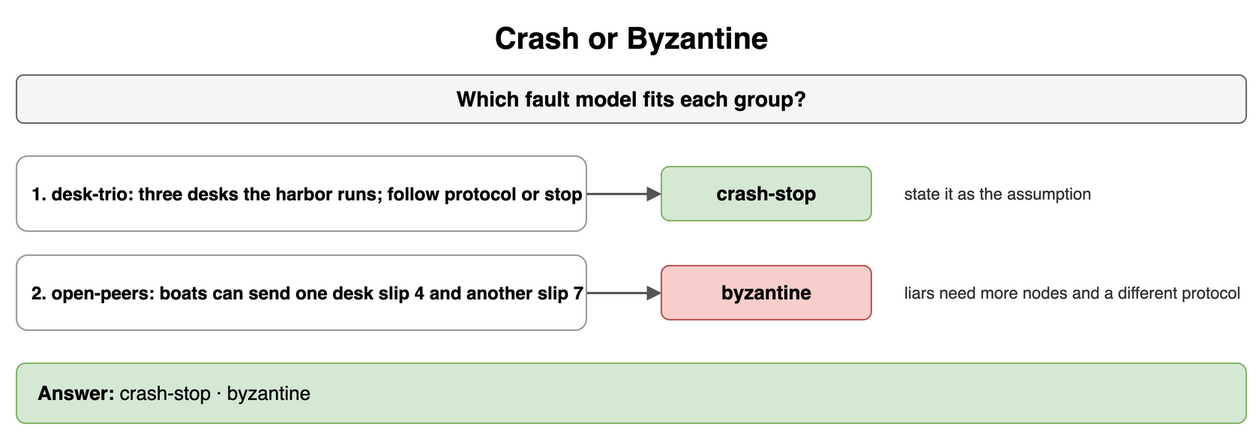
Above: content/09_System_Design_Interview/15_Distributed_System_Failure_Modes/diagrams/failure-modes-drills-6-crash-or-byzantine.png in amendez13/swe-study-guide (draw.io), before the change. Source tidied: cells renumbered, new cells last; positions are measured from the earlier drawing's top-left corner, leaving out a move shared by most shapes.
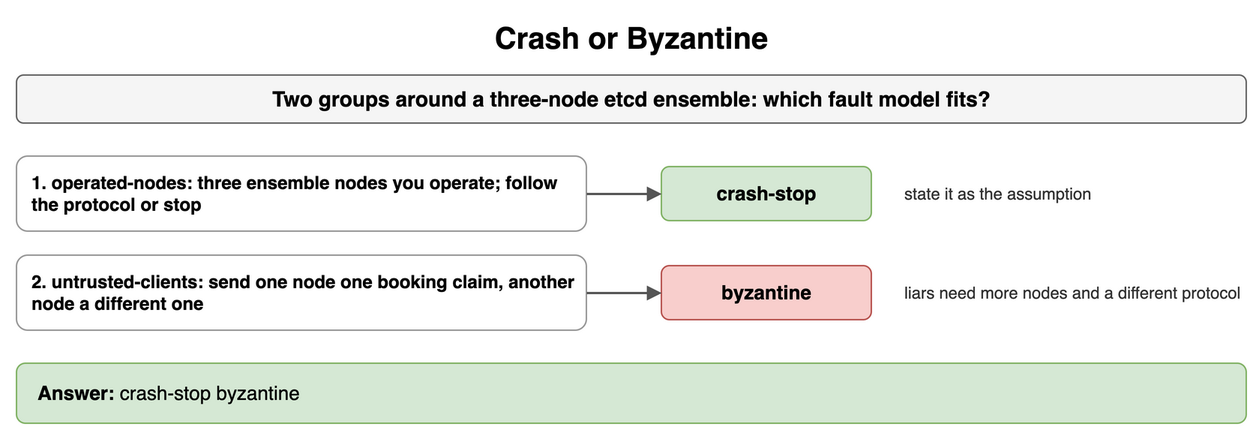
Later version of the same file.

What changed in the source:
```diff
@@ -5,10 +5,10 @@
     <mxCell id="2" value="Crash or Byzantine" style="text;html=1;align=center;verticalAlign=middle;whiteSpace=wrap;fontSize=20;fontStyle=1;" parent="1" vertex="1">
       <mxGeometry width="820" height="30" as="geometry" />
     </mxCell>
-    <mxCell id="3" value="Which fault model fits each group?" style="rounded=1;whiteSpace=wrap;html=1;fillColor=#f5f5f5;strokeColor=#666666;fontStyle=1;fontSize=14;" parent="1" vertex="1">
+    <mxCell id="3" value="Two groups around a three-node etcd ensemble: which fault model fits?" style="rounded=1;whiteSpace=wrap;html=1;fillColor=#f5f5f5;strokeColor=#666666;fontStyle=1;fontSize=14;" parent="1" vertex="1">
       <mxGeometry y="40" width="820" height="32" as="geometry" />
     </mxCell>
-    <mxCell id="4" value="1. desk-trio: three desks the harbor runs; follow protocol or stop" style="rounded=1;whiteSpace=wrap;html=1;fillColor=#ffffff;strokeColor=#999999;fontSize=12;align=left;fontStyle=1;spacingLeft=8;" parent="1" vertex="1">
+    <mxCell id="4" value="1. operated-nodes: three ensemble nodes you operate; follow the protocol or stop" style="rounded=1;whiteSpace=wrap;html=1;fillColor=#ffffff;strokeColor=#999999;fontSize=12;align=left;fontStyle=1;spacingLeft=8;" parent="1" vertex="1">
       <mxGeometry y="94" width="380" height="50" as="geometry" />
     </mxCell>
     <mxCell id="5" value="crash-stop" style="rounded=1;whiteSpace=wrap;html=1;fillColor=#d5e8d4;strokeColor=#82b366;fontSize=13;align=center;fontStyle=1;" parent="1" vertex="1">
@@ -20,7 +20,7 @@
     <mxCell id="7" value="state it as the assumption" style="text;html=1;whiteSpace=wrap;fontSize=11;align=left;verticalAlign=middle;fontSize=11;fontColor=#333333;" parent="1" vertex="1">
       <mxGeometry x="590" y="94" width="230" height="50" as="geometry" />
     </mxCell>
-    <mxCell id="8" value="2. open-peers: boats can send one desk slip 4 and another slip 7" style="rounded=1;whiteSpace=wrap;html=1;fillColor=#ffffff;strokeColor=#999999;fontSize=12;align=left;fontStyle=1;spacingLeft=8;" parent="1" vertex="1">
+    <mxCell id="8" value="2. untrusted-clients: send one node one booking claim, another node a different one" style="rounded=1;whiteSpace=wrap;html=1;fillColor=#ffffff;strokeColor=#999999;fontSize=12;align=left;fontStyle=1;spacingLeft=8;" parent="1" vertex="1">
       <mxGeometry y="160" width="380" height="50" as="geometry" />
     </mxCell>
     <mxCell id="9" value="byzantine" style="rounded=1;whiteSpace=wrap;html=1;fillColor=#f8cecc;strokeColor=#b85450;fontSize=13;align=center;fontStyle=1;" parent="1" vertex="1">
@@ -32,7 +32,7 @@
     <mxCell id="11" value="liars need more nodes and a different protocol" style="text;html=1;whiteSpace=wrap;fontSize=11;align=left;verticalAlign=middle;fontSize=11;fontColor=#333333;" parent="1" vertex="1">
       <mxGeometry x="590" y="160" width="230" height="50" as="geometry" />
     </mxCell>
-    <mxCell id="12" value="&lt;b&gt;Answer:&lt;/b&gt; crash-stop · byzantine" style="rounded=1;whiteSpace=wrap;html=1;fillColor=#d5e8d4;strokeColor=#82b366;fontSize=13;align=left;spacingLeft=12;" parent="1" vertex="1">
+    <mxCell id="12" value="&lt;b&gt;Answer:&lt;/b&gt; crash-stop byzantine" style="rounded=1;whiteSpace=wrap;html=1;fillColor=#d5e8d4;strokeColor=#82b366;fontSize=13;align=left;spacingLeft=12;" parent="1" vertex="1">
       <mxGeometry y="232" width="820" height="40" as="geometry" />
     </mxCell>
   </root>
```
